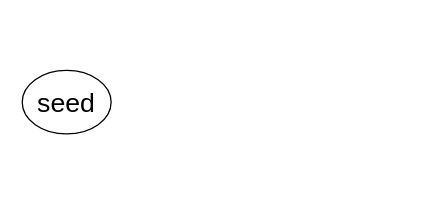
The draw.io diagram Untitled Diagram.drawio in Anilkumargundu/Qubit_visualization, before the edit. Source tidied: cells renumbered, new cells numbered last; positions are measured from the earlier drawing's top-left corner, leaving out a move shared by most shapes. Both pictures are drawn from the tidied source at 127%, with x=0, y=0 at pixel (22, 70).
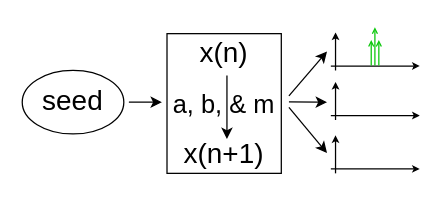
After the change.

Change to the diagram source:
```diff
@@
-    <mxCell id="2" value="&lt;font face=&quot;Arial Narrow&quot; style=&quot;font-size: 21px;&quot;&gt;seed&lt;/font&gt;" style="ellipse;whiteSpace=wrap;html=1;" parent="1" vertex="1">
-      <mxGeometry width="70" height="50" as="geometry" />
+    <mxCell id="2" value="&lt;font style=&quot;font-size: 22px;&quot;&gt;seed&lt;/font&gt;" style="ellipse;whiteSpace=wrap;html=1;strokeWidth=1;fontFamily=Arial Narrow;" parent="1" vertex="1">
+      <mxGeometry width="80" height="50" as="geometry" />
     </mxCell>
+    <mxCell id="3" style="endArrow=classic;html=1;rounded=0;" parent="1" edge="1">
+      <mxGeometry relative="1" as="geometry">
+        <mxPoint x="84" y="24.9" as="sourcePoint" />
+        <mxPoint x="110" y="25" as="targetPoint" />
+      </mxGeometry>
+    </mxCell>
+    <mxCell id="4" style="group;" parent="1" vertex="1">
+      <mxGeometry x="243" y="51" width="70" height="30" as="geometry" />
+    </mxCell>
+    <mxCell id="5" style="endArrow=classic;html=1;rounded=0;endSize=3;" parent="4" edge="1">
+      <mxGeometry relative="1" as="geometry">
+        <mxPoint x="3.7" y="30" as="sourcePoint" />
+        <mxPoint x="3.7" as="targetPoint" />
+      </mxGeometry>
+    </mxCell>
+    <mxCell id="6" style="endArrow=classic;html=1;rounded=0;endSize=3;" parent="4" edge="1">
+      <mxGeometry relative="1" as="geometry">
+        <mxPoint y="26.5" as="sourcePoint" />
+        <mxPoint x="70" y="26.5" as="targetPoint" />
+      </mxGeometry>
+    </mxCell>
+    <mxCell id="7" style="group;" parent="1" vertex="1">
+      <mxGeometry x="114" y="-29" width="90" height="110" as="geometry" />
+    </mxCell>
+    <mxCell id="8" value="&lt;font style=&quot;font-size: 22px;&quot;&gt;x(n)&lt;/font&gt;&lt;div&gt;&lt;span style=&quot;font-size: 22px;&quot;&gt;&lt;br&gt;&lt;/span&gt;&lt;div&gt;&lt;font style=&quot;font-size: 22px;&quot;&gt;&lt;br&gt;&lt;/font&gt;&lt;/div&gt;&lt;div&gt;&lt;font style=&quot;font-size: 22px;&quot;&gt;x(n+1)&lt;/font&gt;&lt;/div&gt;&lt;/div&gt;" style="rounded=0;whiteSpace=wrap;html=1;" parent="7" vertex="1">
+      <mxGeometry width="90" height="110" as="geometry" />
+    </mxCell>
+    <mxCell id="9" value="a, b, &amp;amp; m" style="rounded=0;whiteSpace=wrap;strokeColor=#36393d;opacity=0;labelBorderColor=none;fillColor=none;fontFamily=Arial Narrow;fontSize=20;html=1;spacing=2;" parent="7" vertex="1">
+      <mxGeometry y="25" width="90" height="60" as="geometry" />
+    </mxCell>
+    <mxCell id="10" style="endArrow=classic;html=1;rounded=0;" parent="7" edge="1">
+      <mxGeometry relative="1" as="geometry">
+        <mxPoint x="47.2" y="33" as="sourcePoint" />
+        <mxPoint x="47.2" y="83" as="targetPoint" />
+      </mxGeometry>
+    </mxCell>
+    <mxCell id="11" style="endArrow=classic;html=1;rounded=0;" parent="1" edge="1">
+      <mxGeometry relative="1" as="geometry">
+        <mxPoint x="210" y="24.8" as="sourcePoint" />
+        <mxPoint x="240" y="25" as="targetPoint" />
+      </mxGeometry>
+    </mxCell>
+    <mxCell id="12" style="endArrow=classic;html=1;rounded=0;" parent="1" edge="1">
+      <mxGeometry relative="1" as="geometry">
+        <mxPoint x="210" y="20" as="sourcePoint" />
+        <mxPoint x="240" y="-15" as="targetPoint" />
+      </mxGeometry>
+    </mxCell>
+    <mxCell id="13" style="endArrow=classic;html=1;rounded=0;" parent="1" edge="1">
+      <mxGeometry relative="1" as="geometry">
+        <mxPoint x="210" y="29" as="sourcePoint" />
+        <mxPoint x="240" y="65" as="targetPoint" />
+      </mxGeometry>
+    </mxCell>
+    <mxCell id="14" style="group;" parent="1" vertex="1">
+      <mxGeometry x="243" y="9" width="70" height="30" as="geometry" />
+    </mxCell>
+    <mxCell id="15" style="endArrow=classic;html=1;rounded=0;endSize=3;" parent="14" edge="1">
+      <mxGeometry relative="1" as="geometry">
+        <mxPoint x="3.7" y="30" as="sourcePoint" />
+        <mxPoint x="3.7" as="targetPoint" />
+      </mxGeometry>
+    </mxCell>
+    <mxCell id="16" style="endArrow=classic;html=1;rounded=0;endSize=3;" parent="14" edge="1">
+      <mxGeometry relative="1" as="geometry">
+        <mxPoint y="26.5" as="sourcePoint" />
+        <mxPoint x="70" y="26.5" as="targetPoint" />
+      </mxGeometry>
+    </mxCell>
+    <mxCell id="17" style="endArrow=classic;html=1;rounded=0;endSize=3;" parent="1" edge="1">
+      <mxGeometry relative="1" as="geometry">
+        <mxPoint x="246.7" as="sourcePoint" />
+        <mxPoint x="246.7" y="-30" as="targetPoint" />
+      </mxGeometry>
+    </mxCell>
+    <mxCell id="18" style="endArrow=classic;html=1;rounded=0;endSize=3;" parent="1" edge="1">
+      <mxGeometry relative="1" as="geometry">
+        <mxPoint x="243" y="-3.5" as="sourcePoint" />
+        <mxPoint x="313" y="-3.5" as="targetPoint" />
+      </mxGeometry>
+    </mxCell>
+    <mxCell id="19" style="endArrow=open;html=1;rounded=0;strokeColor=light-dark(#0ac70a, #6fc76f);jumpSize=4;endSize=3;endFill=0;" parent="1" edge="1">
+      <mxGeometry relative="1" as="geometry">
+        <mxPoint x="277.7" y="-4" as="sourcePoint" />
+        <mxPoint x="277.7" y="-34" as="targetPoint" />
+      </mxGeometry>
+    </mxCell>
+    <mxCell id="20" style="endArrow=open;html=1;rounded=0;strokeColor=light-dark(#0ac70a, #6fc76f);jumpSize=4;endSize=3;endFill=0;" parent="1" edge="1">
+      <mxGeometry relative="1" as="geometry">
+        <mxPoint x="280.8" y="-4" as="sourcePoint" />
+        <mxPoint x="280.8" y="-24" as="targetPoint" />
+      </mxGeometry>
+    </mxCell>
+    <mxCell id="21" style="endArrow=open;html=1;rounded=0;strokeColor=light-dark(#0ac70a, #6fc76f);jumpSize=4;endSize=3;endFill=0;" parent="1" edge="1">
+      <mxGeometry relative="1" as="geometry">
+        <mxPoint x="274.8" y="-4" as="sourcePoint" />
+        <mxPoint x="274.8" y="-24" as="targetPoint" />
+      </mxGeometry>
+    </mxCell>
```
